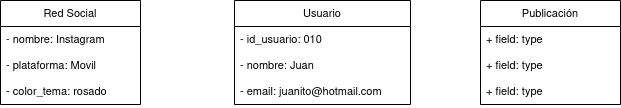
Above: diagramas_objetos/red-social/diagrama-objeto-red-social.drawio.png in JesusLugo2002/ETS (draw.io), before the change. Source tidied: cells renumbered, new cells last; positions are measured from the earlier drawing's top-left corner, leaving out a move shared by most shapes. Its diagram source:
```xml
<mxGraphModel>
  <root>
    <mxCell id="0" />
    <mxCell id="1" parent="0" />
    <mxCell id="2" value="Red Social" style="swimlane;fontStyle=0;horizontal=1;startSize=26;fillColor=none;whiteSpace=wrap;html=1;fontFamily=Helvetica;fontSize=11;fontColor=default;labelBackgroundColor=default;" parent="1" vertex="1">
      <mxGeometry width="140" height="104" as="geometry" />
    </mxCell>
    <mxCell id="3" value="- nombre: Instagram" style="text;strokeColor=none;fillColor=none;align=left;verticalAlign=top;spacingLeft=4;spacingRight=4;overflow=hidden;whiteSpace=wrap;html=1;fontFamily=Helvetica;fontSize=11;fontColor=default;labelBackgroundColor=default;" parent="2" vertex="1">
      <mxGeometry y="26" width="140" height="26" as="geometry" />
    </mxCell>
    <mxCell id="4" value="- plataforma: Movil" style="text;strokeColor=none;fillColor=none;align=left;verticalAlign=top;spacingLeft=4;spacingRight=4;overflow=hidden;whiteSpace=wrap;html=1;fontFamily=Helvetica;fontSize=11;fontColor=default;labelBackgroundColor=default;" parent="2" vertex="1">
      <mxGeometry y="52" width="140" height="26" as="geometry" />
    </mxCell>
    <mxCell id="5" value="- color_tema: rosado" style="text;strokeColor=none;fillColor=none;align=left;verticalAlign=top;spacingLeft=4;spacingRight=4;overflow=hidden;whiteSpace=wrap;html=1;fontFamily=Helvetica;fontSize=11;fontColor=default;labelBackgroundColor=default;" parent="2" vertex="1">
      <mxGeometry y="78" width="140" height="26" as="geometry" />
    </mxCell>
    <mxCell id="6" value="Usuario" style="swimlane;fontStyle=0;horizontal=1;startSize=26;fillColor=none;whiteSpace=wrap;html=1;fontFamily=Helvetica;fontSize=11;fontColor=default;labelBackgroundColor=default;" parent="1" vertex="1">
      <mxGeometry x="234" width="176" height="104" as="geometry" />
    </mxCell>
    <mxCell id="7" value="- id_usuario: 010" style="text;strokeColor=none;fillColor=none;align=left;verticalAlign=top;spacingLeft=4;spacingRight=4;overflow=hidden;whiteSpace=wrap;html=1;fontFamily=Helvetica;fontSize=11;fontColor=default;labelBackgroundColor=default;" parent="6" vertex="1">
      <mxGeometry y="26" width="176" height="26" as="geometry" />
    </mxCell>
    <mxCell id="8" value="- nombre: Juan" style="text;strokeColor=none;fillColor=none;align=left;verticalAlign=top;spacingLeft=4;spacingRight=4;overflow=hidden;whiteSpace=wrap;html=1;fontFamily=Helvetica;fontSize=11;fontColor=default;labelBackgroundColor=default;" parent="6" vertex="1">
      <mxGeometry y="52" width="176" height="26" as="geometry" />
    </mxCell>
    <mxCell id="9" value="- email: juanito@hotmail.com" style="text;strokeColor=none;fillColor=none;align=left;verticalAlign=top;spacingLeft=4;spacingRight=4;overflow=hidden;whiteSpace=wrap;html=1;fontFamily=Helvetica;fontSize=11;fontColor=default;labelBackgroundColor=default;" parent="6" vertex="1">
      <mxGeometry y="78" width="176" height="26" as="geometry" />
    </mxCell>
    <mxCell id="10" value="Publicación" style="swimlane;fontStyle=0;horizontal=1;startSize=26;fillColor=none;whiteSpace=wrap;html=1;fontFamily=Helvetica;fontSize=11;fontColor=default;labelBackgroundColor=default;" parent="1" vertex="1">
      <mxGeometry x="480" width="140" height="104" as="geometry" />
    </mxCell>
    <mxCell id="11" value="+ field: type" style="text;strokeColor=none;fillColor=none;align=left;verticalAlign=top;spacingLeft=4;spacingRight=4;overflow=hidden;whiteSpace=wrap;html=1;fontFamily=Helvetica;fontSize=11;fontColor=default;labelBackgroundColor=default;" parent="10" vertex="1">
      <mxGeometry y="26" width="140" height="26" as="geometry" />
    </mxCell>
    <mxCell id="12" value="+ field: type" style="text;strokeColor=none;fillColor=none;align=left;verticalAlign=top;spacingLeft=4;spacingRight=4;overflow=hidden;whiteSpace=wrap;html=1;fontFamily=Helvetica;fontSize=11;fontColor=default;labelBackgroundColor=default;" parent="10" vertex="1">
      <mxGeometry y="52" width="140" height="26" as="geometry" />
    </mxCell>
    <mxCell id="13" value="+ field: type" style="text;strokeColor=none;fillColor=none;align=left;verticalAlign=top;spacingLeft=4;spacingRight=4;overflow=hidden;whiteSpace=wrap;html=1;fontFamily=Helvetica;fontSize=11;fontColor=default;labelBackgroundColor=default;" parent="10" vertex="1">
      <mxGeometry y="78" width="140" height="26" as="geometry" />
    </mxCell>
  </root>
</mxGraphModel>
```
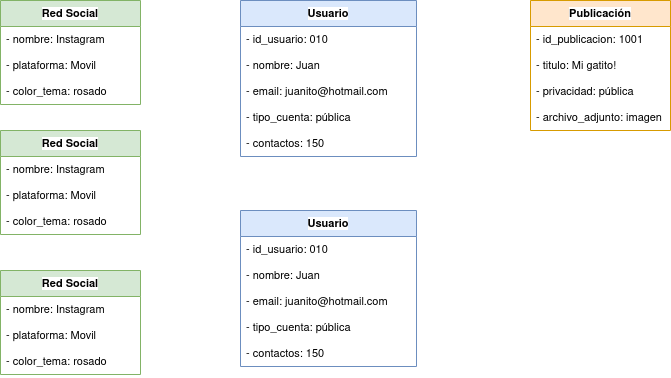
Later version of the same file.

The edit, as a diff of the source:
```diff
@@ -2,8 +2,8 @@
   <root>
     <mxCell id="0" />
     <mxCell id="1" parent="0" />
-    <mxCell id="2" value="Red Social" style="swimlane;fontStyle=0;horizontal=1;startSize=26;fillColor=none;whiteSpace=wrap;html=1;fontFamily=Helvetica;fontSize=11;fontColor=default;labelBackgroundColor=default;" parent="1" vertex="1">
-      <mxGeometry width="140" height="104" as="geometry" />
+    <mxCell id="2" value="Red Social" style="swimlane;fontStyle=1;horizontal=1;startSize=26;fillColor=#d5e8d4;whiteSpace=wrap;html=1;fontFamily=Helvetica;fontSize=11;labelBackgroundColor=default;strokeColor=#82b366;" parent="1" vertex="1">
+      <mxGeometry x="-50" width="140" height="104" as="geometry" />
     </mxCell>
     <mxCell id="3" value="- nombre: Instagram" style="text;strokeColor=none;fillColor=none;align=left;verticalAlign=top;spacingLeft=4;spacingRight=4;overflow=hidden;whiteSpace=wrap;html=1;fontFamily=Helvetica;fontSize=11;fontColor=default;labelBackgroundColor=default;" parent="2" vertex="1">
       <mxGeometry y="26" width="140" height="26" as="geometry" />
@@ -14,8 +14,8 @@
     <mxCell id="5" value="- color_tema: rosado" style="text;strokeColor=none;fillColor=none;align=left;verticalAlign=top;spacingLeft=4;spacingRight=4;overflow=hidden;whiteSpace=wrap;html=1;fontFamily=Helvetica;fontSize=11;fontColor=default;labelBackgroundColor=default;" parent="2" vertex="1">
       <mxGeometry y="78" width="140" height="26" as="geometry" />
     </mxCell>
-    <mxCell id="6" value="Usuario" style="swimlane;fontStyle=0;horizontal=1;startSize=26;fillColor=none;whiteSpace=wrap;html=1;fontFamily=Helvetica;fontSize=11;fontColor=default;labelBackgroundColor=default;" parent="1" vertex="1">
-      <mxGeometry x="234" width="176" height="104" as="geometry" />
+    <mxCell id="6" value="Usuario" style="swimlane;fontStyle=1;horizontal=1;startSize=26;fillColor=#dae8fc;whiteSpace=wrap;html=1;fontFamily=Helvetica;fontSize=11;labelBackgroundColor=default;strokeColor=#6c8ebf;" parent="1" vertex="1">
+      <mxGeometry x="190" width="176" height="156" as="geometry" />
     </mxCell>
     <mxCell id="7" value="- id_usuario: 010" style="text;strokeColor=none;fillColor=none;align=left;verticalAlign=top;spacingLeft=4;spacingRight=4;overflow=hidden;whiteSpace=wrap;html=1;fontFamily=Helvetica;fontSize=11;fontColor=default;labelBackgroundColor=default;" parent="6" vertex="1">
       <mxGeometry y="26" width="176" height="26" as="geometry" />
@@ -26,17 +26,68 @@
     <mxCell id="9" value="- email: juanito@hotmail.com" style="text;strokeColor=none;fillColor=none;align=left;verticalAlign=top;spacingLeft=4;spacingRight=4;overflow=hidden;whiteSpace=wrap;html=1;fontFamily=Helvetica;fontSize=11;fontColor=default;labelBackgroundColor=default;" parent="6" vertex="1">
       <mxGeometry y="78" width="176" height="26" as="geometry" />
     </mxCell>
+    <mxCell id="14" value="- tipo_cuenta: pública" style="text;strokeColor=none;fillColor=none;align=left;verticalAlign=top;spacingLeft=4;spacingRight=4;overflow=hidden;whiteSpace=wrap;html=1;fontFamily=Helvetica;fontSize=11;fontColor=default;labelBackgroundColor=default;" parent="6" vertex="1">
+      <mxGeometry y="104" width="176" height="26" as="geometry" />
+    </mxCell>
+    <mxCell id="15" value="- contactos: 150" style="text;strokeColor=none;fillColor=none;align=left;verticalAlign=top;spacingLeft=4;spacingRight=4;overflow=hidden;whiteSpace=wrap;html=1;fontFamily=Helvetica;fontSize=11;fontColor=default;labelBackgroundColor=default;" parent="6" vertex="1">
+      <mxGeometry y="130" width="176" height="26" as="geometry" />
+    </mxCell>
-    <mxCell id="10" value="Publicación" style="swimlane;fontStyle=0;horizontal=1;startSize=26;fillColor=none;whiteSpace=wrap;html=1;fontFamily=Helvetica;fontSize=11;fontColor=default;labelBackgroundColor=default;" parent="1" vertex="1">
-      <mxGeometry x="480" width="140" height="104" as="geometry" />
+    <mxCell id="10" value="Publicación" style="swimlane;fontStyle=1;horizontal=1;startSize=26;fillColor=#ffe6cc;whiteSpace=wrap;html=1;fontFamily=Helvetica;fontSize=11;labelBackgroundColor=default;strokeColor=#d79b00;" parent="1" vertex="1">
+      <mxGeometry x="480" width="140" height="130" as="geometry" />
     </mxCell>
-    <mxCell id="11" value="+ field: type" style="text;strokeColor=none;fillColor=none;align=left;verticalAlign=top;spacingLeft=4;spacingRight=4;overflow=hidden;whiteSpace=wrap;html=1;fontFamily=Helvetica;fontSize=11;fontColor=default;labelBackgroundColor=default;" parent="10" vertex="1">
+    <mxCell id="11" value="- id_publicacion: 1001" style="text;strokeColor=none;fillColor=none;align=left;verticalAlign=top;spacingLeft=4;spacingRight=4;overflow=hidden;whiteSpace=wrap;html=1;fontFamily=Helvetica;fontSize=11;fontColor=default;labelBackgroundColor=default;" parent="10" vertex="1">
       <mxGeometry y="26" width="140" height="26" as="geometry" />
     </mxCell>
-    <mxCell id="12" value="+ field: type" style="text;strokeColor=none;fillColor=none;align=left;verticalAlign=top;spacingLeft=4;spacingRight=4;overflow=hidden;whiteSpace=wrap;html=1;fontFamily=Helvetica;fontSize=11;fontColor=default;labelBackgroundColor=default;" parent="10" vertex="1">
+    <mxCell id="12" value="- titulo: Mi gatito!" style="text;strokeColor=none;fillColor=none;align=left;verticalAlign=top;spacingLeft=4;spacingRight=4;overflow=hidden;whiteSpace=wrap;html=1;fontFamily=Helvetica;fontSize=11;fontColor=default;labelBackgroundColor=default;" parent="10" vertex="1">
       <mxGeometry y="52" width="140" height="26" as="geometry" />
     </mxCell>
-    <mxCell id="13" value="+ field: type" style="text;strokeColor=none;fillColor=none;align=left;verticalAlign=top;spacingLeft=4;spacingRight=4;overflow=hidden;whiteSpace=wrap;html=1;fontFamily=Helvetica;fontSize=11;fontColor=default;labelBackgroundColor=default;" parent="10" vertex="1">
+    <mxCell id="13" value="- privacidad: pública" style="text;strokeColor=none;fillColor=none;align=left;verticalAlign=top;spacingLeft=4;spacingRight=4;overflow=hidden;whiteSpace=wrap;html=1;fontFamily=Helvetica;fontSize=11;fontColor=default;labelBackgroundColor=default;" parent="10" vertex="1">
       <mxGeometry y="78" width="140" height="26" as="geometry" />
     </mxCell>
+    <mxCell id="16" value="- archivo_adjunto: imagen" style="text;strokeColor=none;fillColor=none;align=left;verticalAlign=top;spacingLeft=4;spacingRight=4;overflow=hidden;whiteSpace=wrap;html=1;fontFamily=Helvetica;fontSize=11;fontColor=default;labelBackgroundColor=default;" parent="10" vertex="1">
+      <mxGeometry y="104" width="140" height="26" as="geometry" />
+    </mxCell>
+    <mxCell id="17" value="Red Social" style="swimlane;fontStyle=1;horizontal=1;startSize=26;fillColor=#d5e8d4;whiteSpace=wrap;html=1;fontFamily=Helvetica;fontSize=11;labelBackgroundColor=default;strokeColor=#82b366;" parent="1" vertex="1">
+      <mxGeometry x="-50" y="130" width="140" height="104" as="geometry" />
+    </mxCell>
+    <mxCell id="18" value="- nombre: Instagram" style="text;strokeColor=none;fillColor=none;align=left;verticalAlign=top;spacingLeft=4;spacingRight=4;overflow=hidden;whiteSpace=wrap;html=1;fontFamily=Helvetica;fontSize=11;fontColor=default;labelBackgroundColor=default;" parent="17" vertex="1">
+      <mxGeometry y="26" width="140" height="26" as="geometry" />
+    </mxCell>
+    <mxCell id="19" value="- plataforma: Movil" style="text;strokeColor=none;fillColor=none;align=left;verticalAlign=top;spacingLeft=4;spacingRight=4;overflow=hidden;whiteSpace=wrap;html=1;fontFamily=Helvetica;fontSize=11;fontColor=default;labelBackgroundColor=default;" parent="17" vertex="1">
+      <mxGeometry y="52" width="140" height="26" as="geometry" />
+    </mxCell>
+    <mxCell id="20" value="- color_tema: rosado" style="text;strokeColor=none;fillColor=none;align=left;verticalAlign=top;spacingLeft=4;spacingRight=4;overflow=hidden;whiteSpace=wrap;html=1;fontFamily=Helvetica;fontSize=11;fontColor=default;labelBackgroundColor=default;" parent="17" vertex="1">
+      <mxGeometry y="78" width="140" height="26" as="geometry" />
+    </mxCell>
+    <mxCell id="21" value="Red Social" style="swimlane;fontStyle=1;horizontal=1;startSize=26;fillColor=#d5e8d4;whiteSpace=wrap;html=1;fontFamily=Helvetica;fontSize=11;labelBackgroundColor=default;strokeColor=#82b366;" parent="1" vertex="1">
+      <mxGeometry x="-50" y="270" width="140" height="104" as="geometry" />
+    </mxCell>
+    <mxCell id="22" value="- nombre: Instagram" style="text;strokeColor=none;fillColor=none;align=left;verticalAlign=top;spacingLeft=4;spacingRight=4;overflow=hidden;whiteSpace=wrap;html=1;fontFamily=Helvetica;fontSize=11;fontColor=default;labelBackgroundColor=default;" parent="21" vertex="1">
+      <mxGeometry y="26" width="140" height="26" as="geometry" />
+    </mxCell>
+    <mxCell id="23" value="- plataforma: Movil" style="text;strokeColor=none;fillColor=none;align=left;verticalAlign=top;spacingLeft=4;spacingRight=4;overflow=hidden;whiteSpace=wrap;html=1;fontFamily=Helvetica;fontSize=11;fontColor=default;labelBackgroundColor=default;" parent="21" vertex="1">
+      <mxGeometry y="52" width="140" height="26" as="geometry" />
+    </mxCell>
+    <mxCell id="24" value="- color_tema: rosado" style="text;strokeColor=none;fillColor=none;align=left;verticalAlign=top;spacingLeft=4;spacingRight=4;overflow=hidden;whiteSpace=wrap;html=1;fontFamily=Helvetica;fontSize=11;fontColor=default;labelBackgroundColor=default;" parent="21" vertex="1">
+      <mxGeometry y="78" width="140" height="26" as="geometry" />
+    </mxCell>
+    <mxCell id="25" value="Usuario" style="swimlane;fontStyle=1;horizontal=1;startSize=26;fillColor=#dae8fc;whiteSpace=wrap;html=1;fontFamily=Helvetica;fontSize=11;labelBackgroundColor=default;strokeColor=#6c8ebf;" parent="1" vertex="1">
+      <mxGeometry x="190" y="210" width="176" height="156" as="geometry" />
+    </mxCell>
+    <mxCell id="26" value="- id_usuario: 010" style="text;strokeColor=none;fillColor=none;align=left;verticalAlign=top;spacingLeft=4;spacingRight=4;overflow=hidden;whiteSpace=wrap;html=1;fontFamily=Helvetica;fontSize=11;fontColor=default;labelBackgroundColor=default;" parent="25" vertex="1">
+      <mxGeometry y="26" width="176" height="26" as="geometry" />
+    </mxCell>
+    <mxCell id="27" value="- nombre: Juan" style="text;strokeColor=none;fillColor=none;align=left;verticalAlign=top;spacingLeft=4;spacingRight=4;overflow=hidden;whiteSpace=wrap;html=1;fontFamily=Helvetica;fontSize=11;fontColor=default;labelBackgroundColor=default;" parent="25" vertex="1">
+      <mxGeometry y="52" width="176" height="26" as="geometry" />
+    </mxCell>
+    <mxCell id="28" value="- email: juanito@hotmail.com" style="text;strokeColor=none;fillColor=none;align=left;verticalAlign=top;spacingLeft=4;spacingRight=4;overflow=hidden;whiteSpace=wrap;html=1;fontFamily=Helvetica;fontSize=11;fontColor=default;labelBackgroundColor=default;" parent="25" vertex="1">
+      <mxGeometry y="78" width="176" height="26" as="geometry" />
+    </mxCell>
+    <mxCell id="29" value="- tipo_cuenta: pública" style="text;strokeColor=none;fillColor=none;align=left;verticalAlign=top;spacingLeft=4;spacingRight=4;overflow=hidden;whiteSpace=wrap;html=1;fontFamily=Helvetica;fontSize=11;fontColor=default;labelBackgroundColor=default;" parent="25" vertex="1">
+      <mxGeometry y="104" width="176" height="26" as="geometry" />
+    </mxCell>
+    <mxCell id="30" value="- contactos: 150" style="text;strokeColor=none;fillColor=none;align=left;verticalAlign=top;spacingLeft=4;spacingRight=4;overflow=hidden;whiteSpace=wrap;html=1;fontFamily=Helvetica;fontSize=11;fontColor=default;labelBackgroundColor=default;" parent="25" vertex="1">
+      <mxGeometry y="130" width="176" height="26" as="geometry" />
+    </mxCell>
   </root>
 </mxGraphModel>
```
